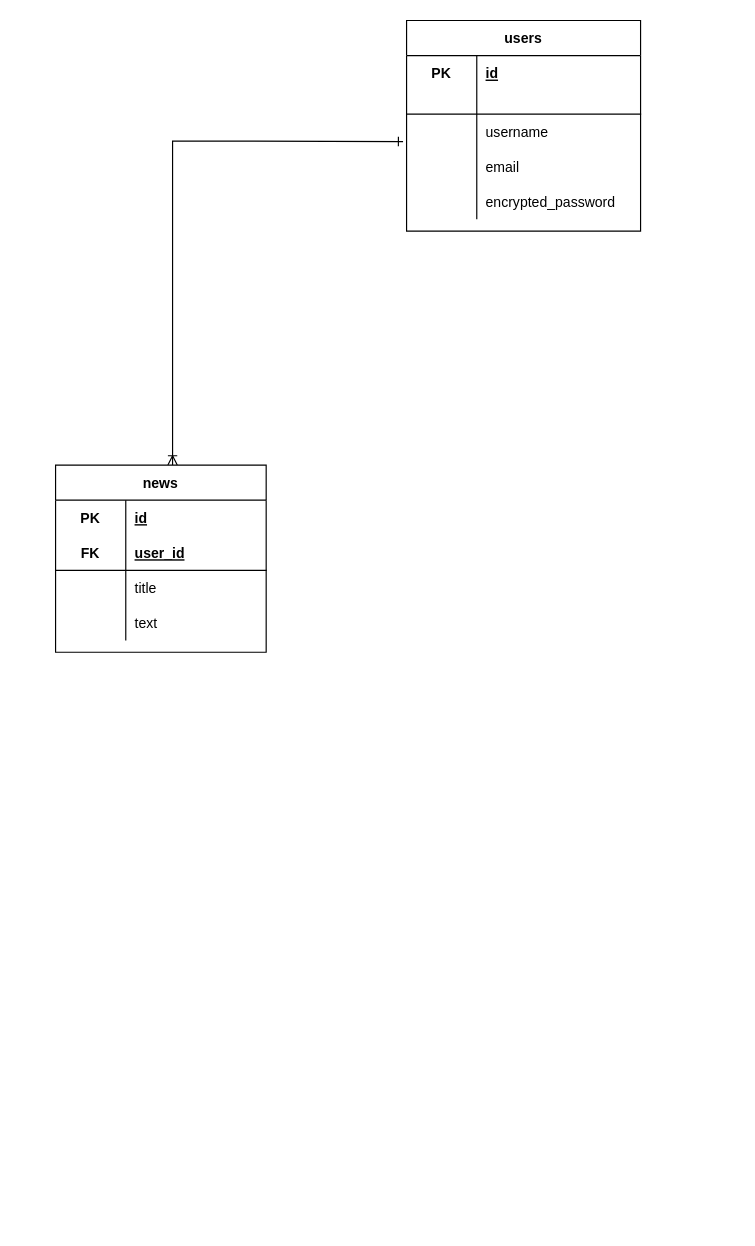
Earlier version of the draw.io diagram draw.dio (naoto7010code/command_article). Source tidied: cells renumbered, new cells numbered last; positions are measured from the earlier drawing's top-left corner, leaving out a move shared by most shapes. Both pictures are drawn from the tidied source at 117%, with x=0, y=0 at pixel (55, 20).
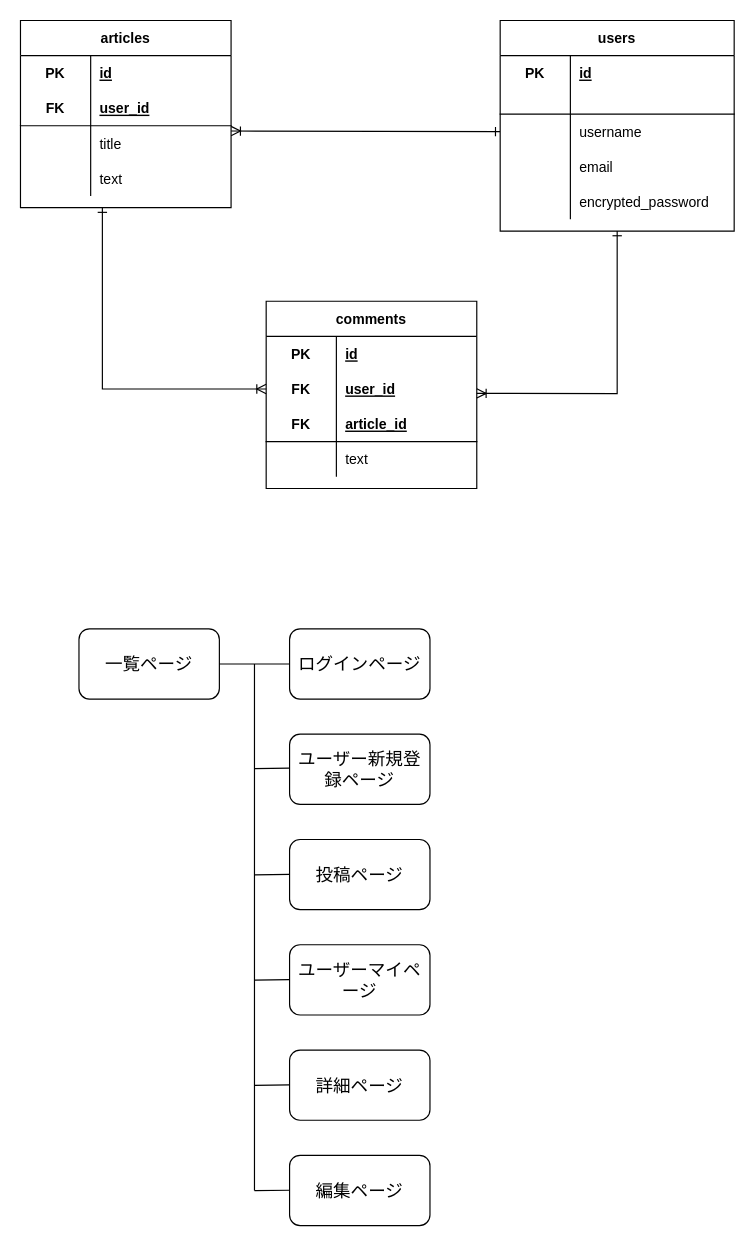
The same diagram, later.

Unchanged cells that the change refers to:
```xml
<mxCell id="10" style="shape=partialRectangle;fillColor=none;top=0;left=0;bottom=0;right=0;points=[[0,0.5],[1,0.5]];portConstraint=eastwest;" parent="3" vertex="1">
  <mxGeometry y="90" width="180" height="30" as="geometry" />
</mxCell>
<mxCell id="23" style="shape=partialRectangle;fillColor=none;top=0;left=0;bottom=0;right=0;points=[[0,0.5],[1,0.5]];portConstraint=eastwest;" parent="16" vertex="1">
  <mxGeometry y="80" width="200" height="30" as="geometry" />
</mxCell>
```

Diff of the diagram source:
```diff
@@
-    <mxCell id="2" style="endArrow=ERone;html=1;rounded=0;entryX=-0.015;entryY=0.783;entryDx=0;entryDy=0;exitX=0.5;exitY=0;exitDx=0;exitDy=0;startArrow=ERoneToMany;startFill=0;endFill=0;entryPerimeter=0;" parent="1" edge="1" target="23">
-      <mxGeometry relative="1" as="geometry">
-        <mxPoint x="100" y="380" as="sourcePoint" />
-        <Array as="points">
-          <mxPoint x="100" y="103" />
-        </Array>
-      </mxGeometry>
+    <mxCell id="2" style="endArrow=ERone;html=1;rounded=0;entryX=0;entryY=0.5;entryDx=0;entryDy=0;exitX=1;exitY=0.15;exitDx=0;exitDy=0;startArrow=ERoneToMany;startFill=0;endFill=0;exitPerimeter=0;" parent="1" edge="1" source="10" target="23">
+      <mxGeometry relative="1" as="geometry" />
     </mxCell>
-    <mxCell id="3" value="news" style="shape=table;startSize=30;childLayout=tableLayout;rowLines=0;fontStyle=1;align=center;fillColor=#FFFFFF;gradientColor=none;swimlaneFillColor=#FFFFFF;" parent="1" vertex="1">
-      <mxGeometry y="380" width="180" height="160" as="geometry" />
+    <mxCell id="3" value="articles" style="shape=table;startSize=30;childLayout=tableLayout;rowLines=0;fontStyle=1;align=center;fillColor=#FFFFFF;gradientColor=none;swimlaneFillColor=#FFFFFF;" parent="1" vertex="1">
+      <mxGeometry x="-30" width="180" height="160" as="geometry" />
     </mxCell>
@@
     <mxCell id="16" value="users" style="shape=table;startSize=30;childLayout=tableLayout;rowLines=0;fontStyle=1;align=center;swimlaneFillColor=#FFFFFF;" parent="1" vertex="1">
-      <mxGeometry x="300" width="200" height="180" as="geometry" />
+      <mxGeometry x="380" width="200" height="180" as="geometry" />
     </mxCell>
@@
+    <mxCell id="32" value="comments" style="shape=table;startSize=30;childLayout=tableLayout;rowLines=0;fontStyle=1;align=center;fillColor=#FFFFFF;gradientColor=none;swimlaneFillColor=#FFFFFF;" parent="1" vertex="1">
+      <mxGeometry x="180" y="240" width="180" height="160" as="geometry" />
+    </mxCell>
+    <mxCell id="33" style="shape=partialRectangle;fillColor=none;top=0;left=0;bottom=0;right=0;" parent="32" vertex="1">
+      <mxGeometry y="30" width="180" height="30" as="geometry" />
+    </mxCell>
+    <mxCell id="34" value="PK" style="shape=partialRectangle;fillColor=none;top=0;left=0;bottom=0;right=0;fontStyle=1;overflow=hidden;" parent="33" vertex="1">
+      <mxGeometry width="60" height="30" as="geometry" />
+    </mxCell>
+    <mxCell id="35" value="id" style="shape=partialRectangle;fillColor=none;top=0;left=0;bottom=0;right=0;align=left;spacingLeft=6;fontStyle=5;overflow=hidden;" parent="33" vertex="1">
+      <mxGeometry x="60" width="120" height="30" as="geometry" />
+    </mxCell>
+    <mxCell id="36" style="shape=partialRectangle;fillColor=none;top=0;left=0;bottom=0;right=0;points=[[0,0.5],[1,0.5]];portConstraint=eastwest;" parent="32" vertex="1">
+      <mxGeometry y="60" width="180" height="30" as="geometry" />
+    </mxCell>
+    <mxCell id="37" value="FK" style="shape=partialRectangle;fillColor=none;top=0;left=0;bottom=0;right=0;overflow=hidden;fontStyle=1;" parent="36" vertex="1">
+      <mxGeometry width="60" height="30" as="geometry" />
+    </mxCell>
+    <mxCell id="38" value="user_id" style="shape=partialRectangle;fillColor=none;top=0;left=0;bottom=0;right=0;align=left;spacingLeft=6;overflow=hidden;fontStyle=5;" parent="36" vertex="1">
+      <mxGeometry x="60" width="120" height="30" as="geometry" />
+    </mxCell>
+    <mxCell id="39" style="shape=partialRectangle;fillColor=none;top=0;left=0;bottom=1;right=0;" parent="32" vertex="1">
+      <mxGeometry y="90" width="180" height="30" as="geometry" />
+    </mxCell>
+    <mxCell id="40" value="FK" style="shape=partialRectangle;fillColor=none;top=0;left=0;bottom=0;right=0;fontStyle=1;overflow=hidden;" parent="39" vertex="1">
+      <mxGeometry width="60" height="30" as="geometry" />
+    </mxCell>
+    <mxCell id="41" value="article_id" style="shape=partialRectangle;fillColor=none;top=0;left=0;bottom=0;right=0;align=left;spacingLeft=6;fontStyle=5;overflow=hidden;" parent="39" vertex="1">
+      <mxGeometry x="60" width="120" height="30" as="geometry" />
+    </mxCell>
+    <mxCell id="42" style="shape=partialRectangle;fillColor=none;top=0;left=0;bottom=0;right=0;" parent="32" vertex="1">
+      <mxGeometry y="120" width="180" height="30" as="geometry" />
+    </mxCell>
+    <mxCell id="43" style="shape=partialRectangle;fillColor=none;top=0;left=0;bottom=0;right=0;overflow=hidden;" parent="42" vertex="1">
+      <mxGeometry width="60" height="30" as="geometry" />
+    </mxCell>
+    <mxCell id="44" value="text" style="shape=partialRectangle;fillColor=none;top=0;left=0;bottom=0;right=0;align=left;spacingLeft=6;overflow=hidden;" parent="42" vertex="1">
+      <mxGeometry x="60" width="120" height="30" as="geometry" />
+    </mxCell>
+    <mxCell id="45" style="endArrow=ERone;html=1;rounded=0;startArrow=ERoneToMany;startFill=0;endFill=0;exitX=0;exitY=0.5;exitDx=0;exitDy=0;" parent="1" edge="1" source="36">
+      <mxGeometry relative="1" as="geometry">
+        <mxPoint x="40" y="160" as="targetPoint" />
+        <Array as="points">
+          <mxPoint x="40" y="315" />
+        </Array>
+      </mxGeometry>
+    </mxCell>
+    <mxCell id="46" style="endArrow=ERone;html=1;rounded=0;exitX=1;exitY=0.5;exitDx=0;exitDy=0;startArrow=ERoneToMany;startFill=0;endFill=0;entryX=0.5;entryY=1;entryDx=0;entryDy=0;" parent="1" edge="1" target="16">
+      <mxGeometry relative="1" as="geometry">
+        <mxPoint x="360" y="318.7" as="sourcePoint" />
+        <Array as="points">
+          <mxPoint x="480" y="319" />
+        </Array>
+      </mxGeometry>
+    </mxCell>
+    <mxCell id="47" value="一覧ページ" style="rounded=1;whiteSpace=wrap;html=1;fontSize=15;" parent="1" vertex="1">
+      <mxGeometry x="20" y="520" width="120" height="60" as="geometry" />
+    </mxCell>
+    <mxCell id="48" value="投稿ページ" style="rounded=1;whiteSpace=wrap;html=1;fontSize=15;" parent="1" vertex="1">
+      <mxGeometry x="200" y="700" width="120" height="60" as="geometry" />
+    </mxCell>
+    <mxCell id="49" value="ユーザー新規登録ページ" style="rounded=1;whiteSpace=wrap;html=1;fontSize=15;" parent="1" vertex="1">
+      <mxGeometry x="200" y="610" width="120" height="60" as="geometry" />
+    </mxCell>
+    <mxCell id="50" value="ログインページ" style="rounded=1;whiteSpace=wrap;html=1;fontSize=15;" parent="1" vertex="1">
+      <mxGeometry x="200" y="520" width="120" height="60" as="geometry" />
+    </mxCell>
+    <mxCell id="51" value="ユーザーマイページ" style="rounded=1;whiteSpace=wrap;html=1;fontSize=15;" parent="1" vertex="1">
+      <mxGeometry x="200" y="790" width="120" height="60" as="geometry" />
+    </mxCell>
+    <mxCell id="52" value="詳細ページ" style="rounded=1;whiteSpace=wrap;html=1;fontSize=15;" parent="1" vertex="1">
+      <mxGeometry x="200" y="880" width="120" height="60" as="geometry" />
+    </mxCell>
+    <mxCell id="53" value="編集ページ" style="rounded=1;whiteSpace=wrap;html=1;fontSize=15;" parent="1" vertex="1">
+      <mxGeometry x="200" y="970" width="120" height="60" as="geometry" />
+    </mxCell>
+    <mxCell id="54" style="endArrow=none;html=1;fontSize=15;exitX=1;exitY=0.5;exitDx=0;exitDy=0;entryX=0;entryY=0.5;entryDx=0;entryDy=0;" parent="1" edge="1" source="47" target="50">
+      <mxGeometry relative="1" as="geometry" />
+    </mxCell>
+    <mxCell id="55" style="endArrow=none;html=1;fontSize=15;exitX=1;exitY=0.5;exitDx=0;exitDy=0;" parent="1" edge="1">
+      <mxGeometry relative="1" as="geometry">
+        <mxPoint x="170" y="550" as="sourcePoint" />
+        <mxPoint x="170" y="1000" as="targetPoint" />
+      </mxGeometry>
+    </mxCell>
+    <mxCell id="56" style="endArrow=none;html=1;fontSize=15;exitX=1;exitY=0.5;exitDx=0;exitDy=0;" parent="1" edge="1">
+      <mxGeometry relative="1" as="geometry">
+        <mxPoint x="170" y="639.4" as="sourcePoint" />
+        <mxPoint x="200" y="639" as="targetPoint" />
+      </mxGeometry>
+    </mxCell>
+    <mxCell id="57" style="endArrow=none;html=1;fontSize=15;exitX=1;exitY=0.5;exitDx=0;exitDy=0;" parent="1" edge="1">
+      <mxGeometry relative="1" as="geometry">
+        <mxPoint x="170" y="910.2" as="sourcePoint" />
+        <mxPoint x="200" y="909.8" as="targetPoint" />
+      </mxGeometry>
+    </mxCell>
+    <mxCell id="58" style="endArrow=none;html=1;fontSize=15;exitX=1;exitY=0.5;exitDx=0;exitDy=0;" parent="1" edge="1">
+      <mxGeometry relative="1" as="geometry">
+        <mxPoint x="170" y="1000.2" as="sourcePoint" />
+        <mxPoint x="200" y="999.8" as="targetPoint" />
+      </mxGeometry>
+    </mxCell>
+    <mxCell id="59" style="endArrow=none;html=1;fontSize=15;exitX=1;exitY=0.5;exitDx=0;exitDy=0;" parent="1" edge="1">
+      <mxGeometry relative="1" as="geometry">
+        <mxPoint x="170" y="820.2" as="sourcePoint" />
+        <mxPoint x="200" y="819.8" as="targetPoint" />
+      </mxGeometry>
+    </mxCell>
+    <mxCell id="60" style="endArrow=none;html=1;fontSize=15;exitX=1;exitY=0.5;exitDx=0;exitDy=0;" parent="1" edge="1">
+      <mxGeometry relative="1" as="geometry">
+        <mxPoint x="170" y="730.2" as="sourcePoint" />
+        <mxPoint x="200" y="729.8" as="targetPoint" />
+      </mxGeometry>
+    </mxCell>
```
